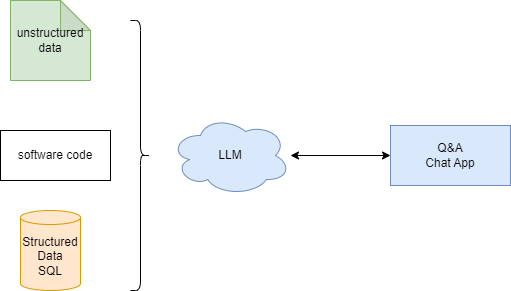
Before: docs/genAI/diagrams/qa-llm.drawio.png, a diagram exported from draw.io (jbcodeforce/ML-studies). Source tidied: cells renumbered, new cells last; positions are measured from the earlier drawing's top-left corner, leaving out a move shared by most shapes. Source of this version:
```xml
<mxGraphModel>
  <root>
    <mxCell id="0" />
    <mxCell id="1" parent="0" />
    <mxCell id="2" value="Structured&lt;br&gt;Data&lt;br&gt;SQL" style="shape=cylinder3;whiteSpace=wrap;html=1;boundedLbl=1;backgroundOutline=1;size=7.002593994140625;fillColor=#ffe6cc;strokeColor=#d79b00;" parent="1" vertex="1">
      <mxGeometry x="20" y="210" width="60" height="80" as="geometry" />
    </mxCell>
    <mxCell id="3" value="software code" style="rounded=0;whiteSpace=wrap;html=1;" parent="1" vertex="1">
      <mxGeometry y="130" width="110" height="50" as="geometry" />
    </mxCell>
    <mxCell id="4" value="unstructured&lt;br&gt;data" style="shape=note;whiteSpace=wrap;html=1;backgroundOutline=1;darkOpacity=0.05;fillColor=#d5e8d4;strokeColor=#82b366;" parent="1" vertex="1">
      <mxGeometry x="10" width="80" height="80" as="geometry" />
    </mxCell>
    <mxCell id="5" style="edgeStyle=none;html=1;entryX=0;entryY=0.5;entryDx=0;entryDy=0;startArrow=classic;startFill=1;" parent="1" edge="1" source="6" target="8">
      <mxGeometry relative="1" as="geometry" />
    </mxCell>
    <mxCell id="6" value="LLM" style="ellipse;shape=cloud;whiteSpace=wrap;html=1;fillColor=#dae8fc;strokeColor=#6c8ebf;" parent="1" vertex="1">
      <mxGeometry x="170" y="115" width="120" height="80" as="geometry" />
    </mxCell>
    <mxCell id="7" style="shape=curlyBracket;whiteSpace=wrap;html=1;rounded=1;flipH=1;labelPosition=right;verticalLabelPosition=middle;align=left;verticalAlign=middle;" parent="1" vertex="1">
      <mxGeometry x="130" y="20" width="20" height="270" as="geometry" />
    </mxCell>
    <mxCell id="8" value="Q&amp;amp;A&lt;br&gt;Chat App" style="rounded=0;whiteSpace=wrap;html=1;fillColor=#dae8fc;strokeColor=#6c8ebf;" parent="1" vertex="1">
      <mxGeometry x="390" y="125" width="120" height="60" as="geometry" />
    </mxCell>
  </root>
</mxGraphModel>
```
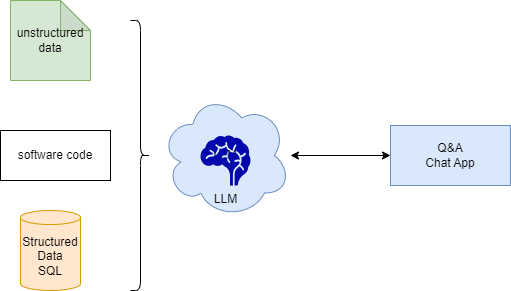
Above is the later version.

Change to the diagram source:
```diff
@@ -15,7 +15,7 @@
       <mxGeometry relative="1" as="geometry" />
     </mxCell>
     <mxCell id="6" value="LLM" style="ellipse;shape=cloud;whiteSpace=wrap;html=1;fillColor=#dae8fc;strokeColor=#6c8ebf;" parent="1" vertex="1">
-      <mxGeometry x="170" y="115" width="120" height="80" as="geometry" />
+      <mxGeometry x="160" y="92.5" width="130" height="125" as="geometry" />
     </mxCell>
     <mxCell id="7" style="shape=curlyBracket;whiteSpace=wrap;html=1;rounded=1;flipH=1;labelPosition=right;verticalLabelPosition=middle;align=left;verticalAlign=middle;" parent="1" vertex="1">
       <mxGeometry x="130" y="20" width="20" height="270" as="geometry" />
@@ -23,5 +23,8 @@
     <mxCell id="8" value="Q&amp;amp;A&lt;br&gt;Chat App" style="rounded=0;whiteSpace=wrap;html=1;fillColor=#dae8fc;strokeColor=#6c8ebf;" parent="1" vertex="1">
       <mxGeometry x="390" y="125" width="120" height="60" as="geometry" />
     </mxCell>
+    <mxCell id="9" value="LLM" style="shape=mxgraph.signs.healthcare.brain;html=1;fillColor=#0407AC;strokeColor=none;verticalLabelPosition=bottom;verticalAlign=top;align=center;" parent="1" vertex="1">
+      <mxGeometry x="200" y="135" width="50" height="50" as="geometry" />
+    </mxCell>
   </root>
 </mxGraphModel>
```
